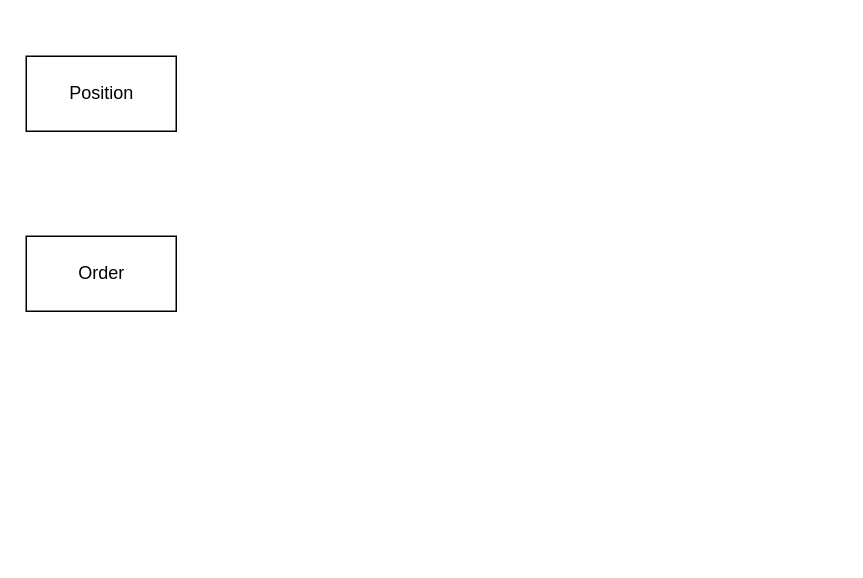
The draw.io diagram page "Position" (1 of 2) of flow.drawio in crystalphi/rustrade, before the edit. Source tidied: cells renumbered, new cells numbered last; positions are measured from the earlier drawing's top-left corner, leaving out a move shared by most shapes. Both pictures are drawn from the tidied source at 150%, with x=0, y=0 at pixel (26, 56).
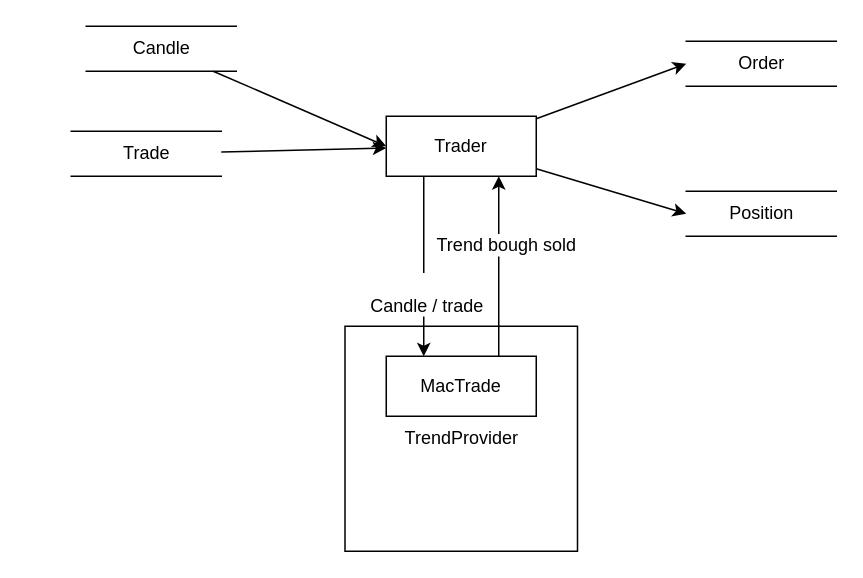
Above is the later version.

Commit message (it also covers changes not shown here):
Applying mac trend provider

Change to the diagram source:
```diff
@@
 <mxGraphModel>
   <root>
     <mxCell id="0" />
     <mxCell id="1" parent="0" />
+    <mxCell id="4" value="TrendProvider" style="html=1;dashed=0;whitespace=wrap;" parent="1" vertex="1">
+      <mxGeometry x="212.5" y="180" width="155" height="150" as="geometry" />
+    </mxCell>
+    <mxCell id="5" style="rounded=0;jettySize=auto;html=1;entryX=0;entryY=0.5;entryDx=0;entryDy=0;" parent="1" edge="1" source="9" target="3">
+      <mxGeometry relative="1" as="geometry" />
+    </mxCell>
+    <mxCell id="6" style="edgeStyle=none;rounded=0;jettySize=auto;html=1;entryX=0;entryY=0.5;entryDx=0;entryDy=0;" parent="1" edge="1" source="9" target="2">
+      <mxGeometry relative="1" as="geometry" />
+    </mxCell>
+    <mxCell id="7" style="edgeStyle=none;rounded=0;jettySize=auto;html=1;entryX=0.25;entryY=0;entryDx=0;entryDy=0;exitX=0.25;exitY=1;exitDx=0;exitDy=0;" parent="1" edge="1" source="9" target="12">
+      <mxGeometry relative="1" as="geometry" />
+    </mxCell>
+    <mxCell id="8" value="&lt;br&gt;Candle / trade" style="text;html=1;align=center;verticalAlign=middle;labelBackgroundColor=#ffffff;" parent="7" vertex="1">
+      <mxGeometry x="0.3" y="1" relative="1" as="geometry" />
+    </mxCell>
+    <mxCell id="9" value="Trader" style="rounded=0;whiteSpace=wrap;html=1;" parent="1" vertex="1">
+      <mxGeometry x="240" y="40" width="100" height="40" as="geometry" />
+    </mxCell>
-    <mxCell id="2" value="Position" style="html=1;dashed=0;whitespace=wrap;" parent="1" vertex="1">
-      <mxGeometry width="100" height="50" as="geometry" />
+    <mxCell id="2" value="Position" style="html=1;dashed=0;whitespace=wrap;shape=partialRectangle;right=0;left=0;fillColor=none;" parent="1" vertex="1">
+      <mxGeometry x="440" y="90" width="100" height="30" as="geometry" />
     </mxCell>
-    <mxCell id="3" value="Order" style="html=1;dashed=0;whitespace=wrap;" parent="1" vertex="1">
-      <mxGeometry y="120" width="100" height="50" as="geometry" />
+    <mxCell id="3" value="Order" style="html=1;dashed=0;whitespace=wrap;shape=partialRectangle;right=0;left=0;fillColor=none;" parent="1" vertex="1">
+      <mxGeometry x="440" y="-10" width="100" height="30" as="geometry" />
     </mxCell>
+    <mxCell id="10" style="edgeStyle=none;rounded=0;jettySize=auto;html=1;entryX=0.75;entryY=1;entryDx=0;entryDy=0;exitX=0.75;exitY=0;exitDx=0;exitDy=0;" parent="1" edge="1" source="12" target="9">
+      <mxGeometry relative="1" as="geometry" />
+    </mxCell>
+    <mxCell id="11" value="Trend bough sold" style="text;html=1;align=center;verticalAlign=middle;labelBackgroundColor=#ffffff;" parent="10" vertex="1">
+      <mxGeometry x="0.25" y="-4" relative="1" as="geometry" />
+    </mxCell>
+    <mxCell id="12" value="MacTrade" style="rounded=0;whiteSpace=wrap;html=1;" parent="1" vertex="1">
+      <mxGeometry x="240" y="200" width="100" height="40" as="geometry" />
+    </mxCell>
+    <mxCell id="13" style="edgeStyle=none;rounded=0;jettySize=auto;html=1;entryX=0;entryY=0.5;entryDx=0;entryDy=0;" parent="1" edge="1" source="14" target="9">
+      <mxGeometry relative="1" as="geometry" />
+    </mxCell>
+    <mxCell id="14" value="Candle" style="html=1;dashed=0;whitespace=wrap;shape=partialRectangle;right=0;left=0;fillColor=none;" parent="1" vertex="1">
+      <mxGeometry x="40" y="-20" width="100" height="30" as="geometry" />
+    </mxCell>
+    <mxCell id="15" style="edgeStyle=none;rounded=0;jettySize=auto;html=1;" parent="1" edge="1" source="16" target="9">
+      <mxGeometry relative="1" as="geometry" />
+    </mxCell>
+    <mxCell id="16" value="Trade" style="html=1;dashed=0;whitespace=wrap;shape=partialRectangle;right=0;left=0;fillColor=none;" parent="1" vertex="1">
+      <mxGeometry x="30" y="50" width="100" height="30" as="geometry" />
+    </mxCell>
   </root>
 </mxGraphModel>
```
